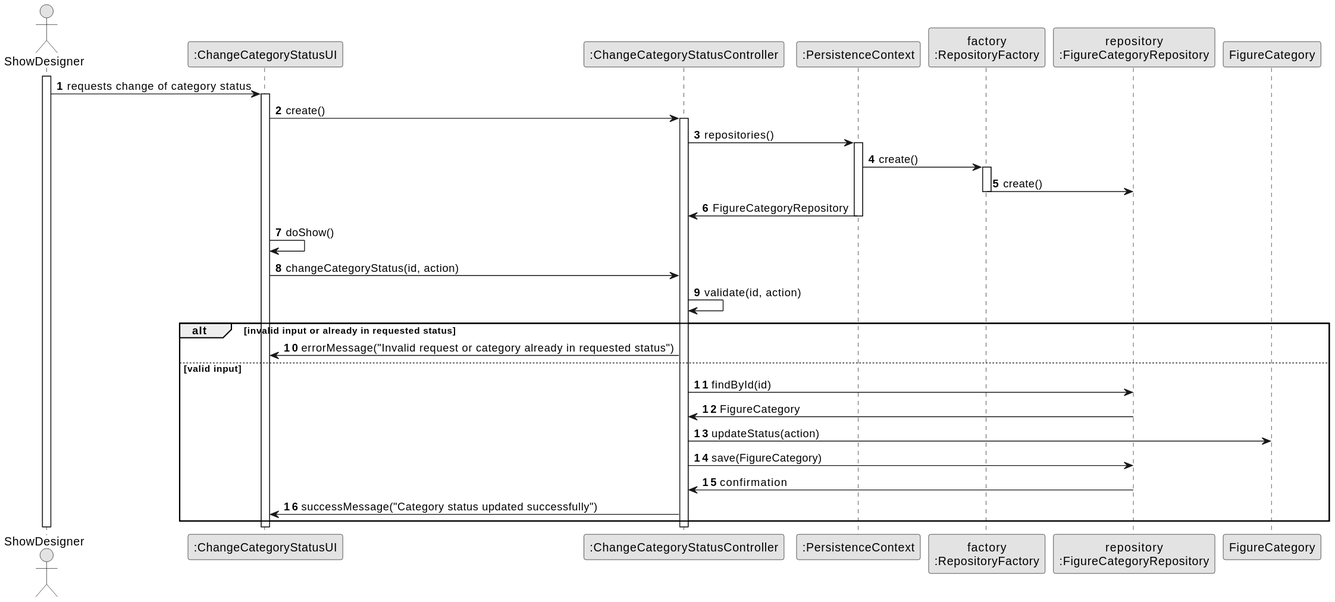
This is docs/planning/sprint2/EAPLI/US248 - InactivateActivate figure category/03.design/svg/us248-sequence-diagram-full.svg from SAEmanuel/Shodrone_ISEP, a PlantUML export, as it was before one commit. The source it was exported from:
```plantuml
@startuml
skinparam monochrome true
skinparam packageStyle rectangle
skinparam shadowing false

autonumber

actor "ShowDesigner" as ACTOR
participant ":ChangeCategoryStatusUI" as UI
participant ":ChangeCategoryStatusController" as CTRL
participant ":PersistenceContext" as PC
participant "factory\n:RepositoryFactory" as FACTORY_INSTANCE
participant "repository\n:FigureCategoryRepository" as REPO
participant "FigureCategory" as FigureCategory

activate ACTOR

ACTOR -> UI : requests change of category status

activate UI
UI -> CTRL : create()

activate CTRL
CTRL -> PC: repositories()
activate PC
PC -> FACTORY_INSTANCE: create()
activate FACTORY_INSTANCE
FACTORY_INSTANCE -> REPO: create()
deactivate FACTORY_INSTANCE
PC -> CTRL: FigureCategoryRepository
deactivate PC

UI -> UI: doShow()

UI -> CTRL: changeCategoryStatus(id, action)
CTRL -> CTRL: validate(id, action)
alt invalid input or already in requested status
    CTRL -> UI: errorMessage("Invalid request or category already in requested status")
else valid input
    CTRL -> REPO: findById(id)
    REPO -> CTRL: FigureCategory
    CTRL -> FigureCategory: updateStatus(action)
    CTRL -> REPO: save(FigureCategory)
    REPO -> CTRL: confirmation
    CTRL -> UI: successMessage("Category status updated successfully")
end

deactivate CTRL
deactivate UI
deactivate ACTOR
@enduml
```
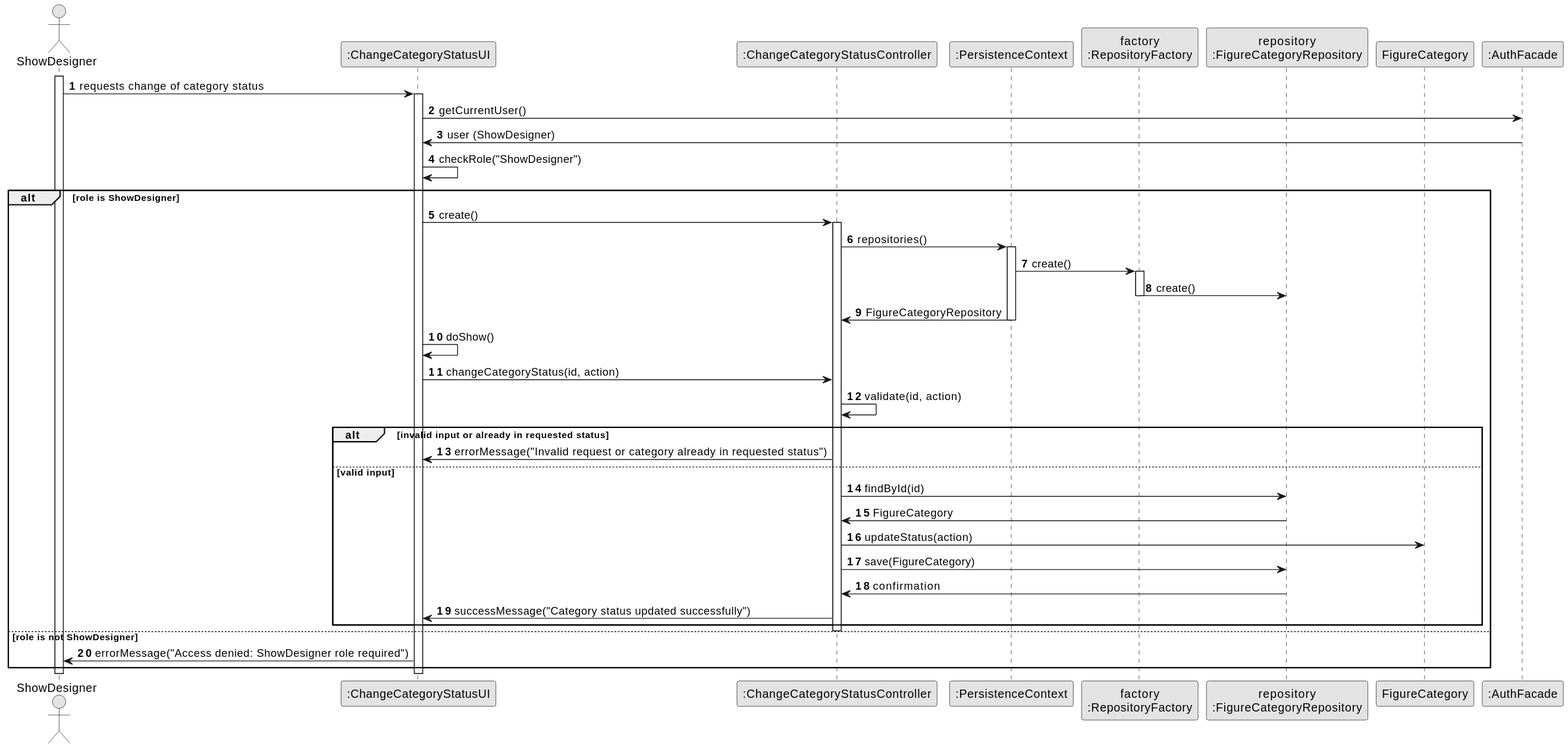
The same file after the commit.

Commit message:
us248: add user and role verification to design sequence diagram

The edit, as a diff of the source:
```diff
@@ -12,40 +12,49 @@
 participant "factory\n:RepositoryFactory" as FACTORY_INSTANCE
 participant "repository\n:FigureCategoryRepository" as REPO
 participant "FigureCategory" as FigureCategory
+participant ":AuthFacade" as AuthFacade
 
 activate ACTOR
 
 ACTOR -> UI : requests change of category status
 
 activate UI
-UI -> CTRL : create()
+UI -> AuthFacade: getCurrentUser()
+AuthFacade -> UI: user (ShowDesigner)
+UI -> UI: checkRole("ShowDesigner")
+alt role is ShowDesigner
+    UI -> CTRL : create()
 
-activate CTRL
-CTRL -> PC: repositories()
-activate PC
-PC -> FACTORY_INSTANCE: create()
-activate FACTORY_INSTANCE
-FACTORY_INSTANCE -> REPO: create()
-deactivate FACTORY_INSTANCE
-PC -> CTRL: FigureCategoryRepository
-deactivate PC
+    activate CTRL
+    CTRL -> PC: repositories()
+    activate PC
+    PC -> FACTORY_INSTANCE: create()
+    activate FACTORY_INSTANCE
+    FACTORY_INSTANCE -> REPO: create()
+    deactivate FACTORY_INSTANCE
+    PC -> CTRL: FigureCategoryRepository
+    deactivate PC
 
-UI -> UI: doShow()
+    UI -> UI: doShow()
 
-UI -> CTRL: changeCategoryStatus(id, action)
-CTRL -> CTRL: validate(id, action)
-alt invalid input or already in requested status
-    CTRL -> UI: errorMessage("Invalid request or category already in requested status")
-else valid input
-    CTRL -> REPO: findById(id)
-    REPO -> CTRL: FigureCategory
-    CTRL -> FigureCategory: updateStatus(action)
-    CTRL -> REPO: save(FigureCategory)
-    REPO -> CTRL: confirmation
-    CTRL -> UI: successMessage("Category status updated successfully")
+    UI -> CTRL: changeCategoryStatus(id, action)
+    CTRL -> CTRL: validate(id, action)
+    alt invalid input or already in requested status
+        CTRL -> UI: errorMessage("Invalid request or category already in requested status")
+    else valid input
+        CTRL -> REPO: findById(id)
+        REPO -> CTRL: FigureCategory
+        CTRL -> FigureCategory: updateStatus(action)
+        CTRL -> REPO: save(FigureCategory)
+        REPO -> CTRL: confirmation
+        CTRL -> UI: successMessage("Category status updated successfully")
+    end
+
+    deactivate CTRL
+else role is not ShowDesigner
+    UI -> ACTOR: errorMessage("Access denied: ShowDesigner role required")
 end
 
-deactivate CTRL
 deactivate UI
 deactivate ACTOR
 @enduml
```
